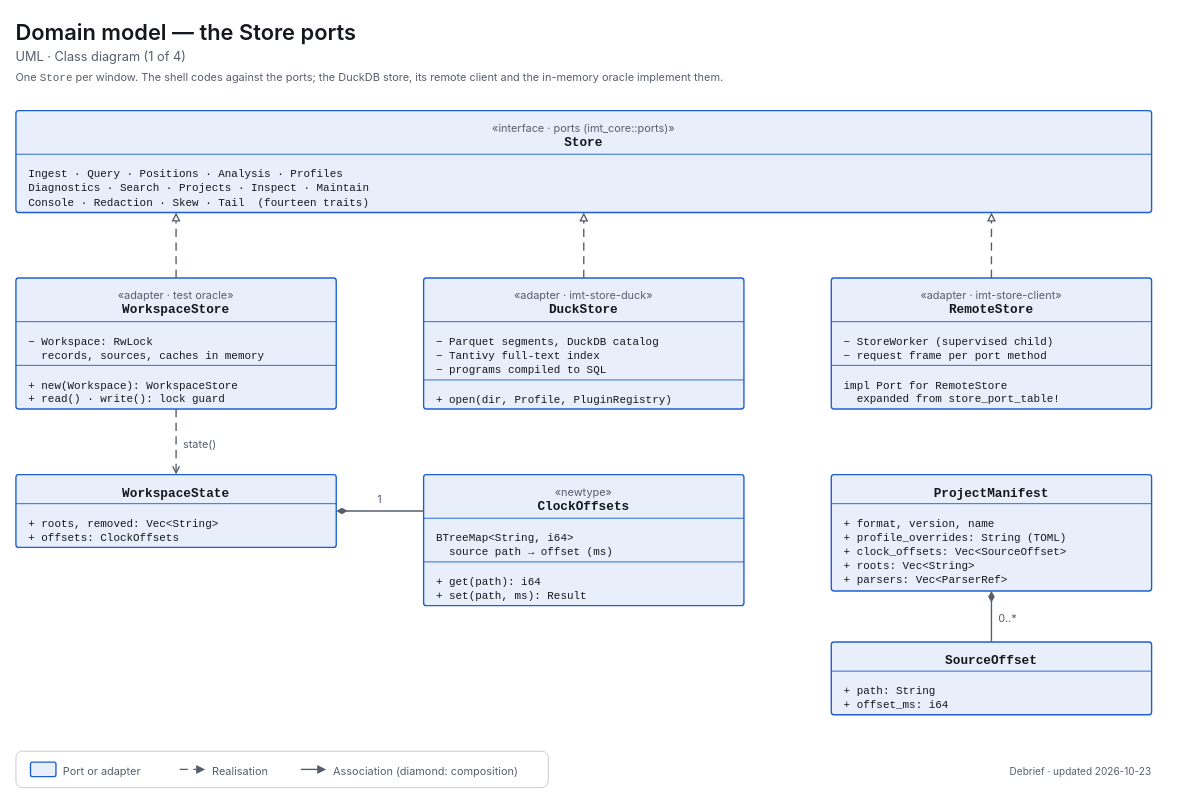
Above: docs/diagrams/uml-class-domain-store.drawio in decryp7/integrated_maintenance_tool (draw.io), before the change. Source tidied: cells renumbered, new cells numbered last; positions are measured from the earlier drawing's top-left corner, leaving out a move shared by most shapes. Both pictures are drawn from the tidied source at 91%, with x=0, y=0 at pixel (15, 15).
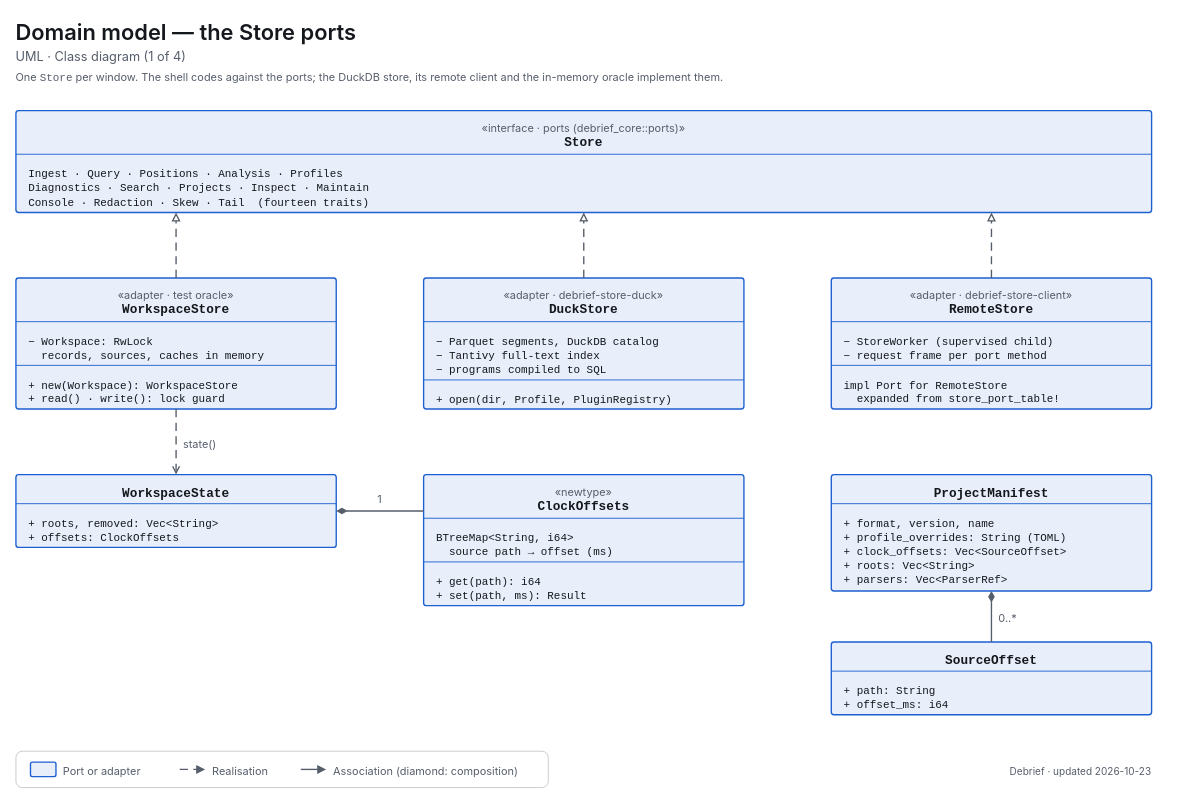
Above is the later version.

What changed in the source:
```diff
@@
-    <mxCell id="5" value="&lt;span style=&quot;font-size:12px;color:light-dark(#565E6B,#A0A7B2)&quot;&gt;«interface · ports (imt_core::ports)»&lt;/span&gt;&lt;br&gt;&lt;span style=&quot;font-size:14px;font-weight:600;font-family:ui-monospace,SF Mono,Cascadia Mono,Consolas,monospace&quot;&gt;Store&lt;/span&gt;" style="html=1;whiteSpace=wrap;fontFamily=-apple-system,BlinkMacSystemFont,Segoe UI,system-ui,sans-serif;fontSize=12;fontColor=light-dark(#14171C,#ECEEF1);rounded=1;absoluteArcSize=1;arcSize=6;strokeWidth=1.5;strokeColor=light-dark(#1D5FD1,#5B9BFF);fillColor=light-dark(#E8EFFA,#202C3F);align=center;verticalAlign=top;spacingTop=6;" parent="1" vertex="1">
+    <mxCell id="5" value="&lt;span style=&quot;font-size:12px;color:light-dark(#565E6B,#A0A7B2)&quot;&gt;«interface · ports (debrief_core::ports)»&lt;/span&gt;&lt;br&gt;&lt;span style=&quot;font-size:14px;font-weight:600;font-family:ui-monospace,SF Mono,Cascadia Mono,Consolas,monospace&quot;&gt;Store&lt;/span&gt;" style="html=1;whiteSpace=wrap;fontFamily=-apple-system,BlinkMacSystemFont,Segoe UI,system-ui,sans-serif;fontSize=12;fontColor=light-dark(#14171C,#ECEEF1);rounded=1;absoluteArcSize=1;arcSize=6;strokeWidth=1.5;strokeColor=light-dark(#1D5FD1,#5B9BFF);fillColor=light-dark(#E8EFFA,#202C3F);align=center;verticalAlign=top;spacingTop=6;" parent="1" vertex="1">
       <mxGeometry y="104" width="1248" height="112" as="geometry" />
     </mxCell>
@@
-    <mxCell id="13" value="&lt;span style=&quot;font-size:12px;color:light-dark(#565E6B,#A0A7B2)&quot;&gt;«adapter · imt-store-duck»&lt;/span&gt;&lt;br&gt;&lt;span style=&quot;font-size:14px;font-weight:600;font-family:ui-monospace,SF Mono,Cascadia Mono,Consolas,monospace&quot;&gt;DuckStore&lt;/span&gt;" style="html=1;whiteSpace=wrap;fontFamily=-apple-system,BlinkMacSystemFont,Segoe UI,system-ui,sans-serif;fontSize=12;fontColor=light-dark(#14171C,#ECEEF1);rounded=1;absoluteArcSize=1;arcSize=6;strokeWidth=1.5;strokeColor=light-dark(#1D5FD1,#5B9BFF);fillColor=light-dark(#E8EFFA,#202C3F);align=center;verticalAlign=top;spacingTop=6;" parent="1" vertex="1">
+    <mxCell id="13" value="&lt;span style=&quot;font-size:12px;color:light-dark(#565E6B,#A0A7B2)&quot;&gt;«adapter · debrief-store-duck»&lt;/span&gt;&lt;br&gt;&lt;span style=&quot;font-size:14px;font-weight:600;font-family:ui-monospace,SF Mono,Cascadia Mono,Consolas,monospace&quot;&gt;DuckStore&lt;/span&gt;" style="html=1;whiteSpace=wrap;fontFamily=-apple-system,BlinkMacSystemFont,Segoe UI,system-ui,sans-serif;fontSize=12;fontColor=light-dark(#14171C,#ECEEF1);rounded=1;absoluteArcSize=1;arcSize=6;strokeWidth=1.5;strokeColor=light-dark(#1D5FD1,#5B9BFF);fillColor=light-dark(#E8EFFA,#202C3F);align=center;verticalAlign=top;spacingTop=6;" parent="1" vertex="1">
       <mxGeometry x="448" y="288" width="352" height="144" as="geometry" />
     </mxCell>
@@
-    <mxCell id="18" value="&lt;span style=&quot;font-size:12px;color:light-dark(#565E6B,#A0A7B2)&quot;&gt;«adapter · imt-store-client»&lt;/span&gt;&lt;br&gt;&lt;span style=&quot;font-size:14px;font-weight:600;font-family:ui-monospace,SF Mono,Cascadia Mono,Consolas,monospace&quot;&gt;RemoteStore&lt;/span&gt;" style="html=1;whiteSpace=wrap;fontFamily=-apple-system,BlinkMacSystemFont,Segoe UI,system-ui,sans-serif;fontSize=12;fontColor=light-dark(#14171C,#ECEEF1);rounded=1;absoluteArcSize=1;arcSize=6;strokeWidth=1.5;strokeColor=light-dark(#1D5FD1,#5B9BFF);fillColor=light-dark(#E8EFFA,#202C3F);align=center;verticalAlign=top;spacingTop=6;" parent="1" vertex="1">
+    <mxCell id="18" value="&lt;span style=&quot;font-size:12px;color:light-dark(#565E6B,#A0A7B2)&quot;&gt;«adapter · debrief-store-client»&lt;/span&gt;&lt;br&gt;&lt;span style=&quot;font-size:14px;font-weight:600;font-family:ui-monospace,SF Mono,Cascadia Mono,Consolas,monospace&quot;&gt;RemoteStore&lt;/span&gt;" style="html=1;whiteSpace=wrap;fontFamily=-apple-system,BlinkMacSystemFont,Segoe UI,system-ui,sans-serif;fontSize=12;fontColor=light-dark(#14171C,#ECEEF1);rounded=1;absoluteArcSize=1;arcSize=6;strokeWidth=1.5;strokeColor=light-dark(#1D5FD1,#5B9BFF);fillColor=light-dark(#E8EFFA,#202C3F);align=center;verticalAlign=top;spacingTop=6;" parent="1" vertex="1">
       <mxGeometry x="896" y="288" width="352" height="144" as="geometry" />
     </mxCell>
```
